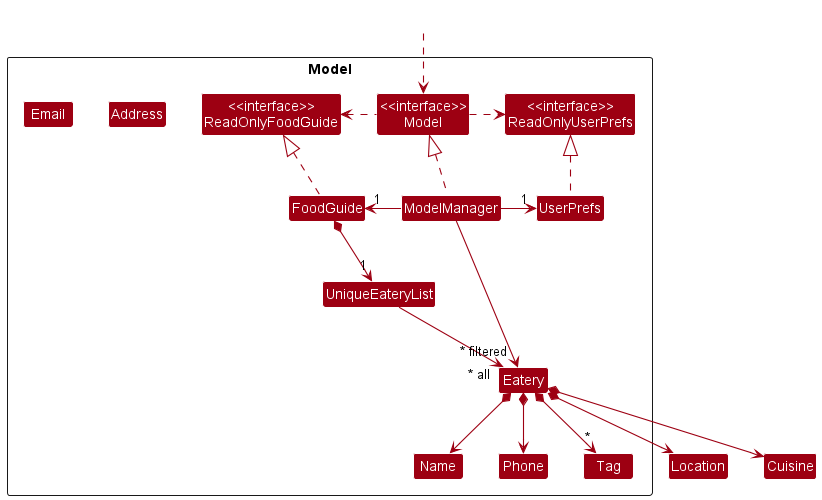
This is docs/images/ModelClassDiagram.png from nus-cs2103-AY2223S1/tp, a PlantUML export, as it was before one commit.
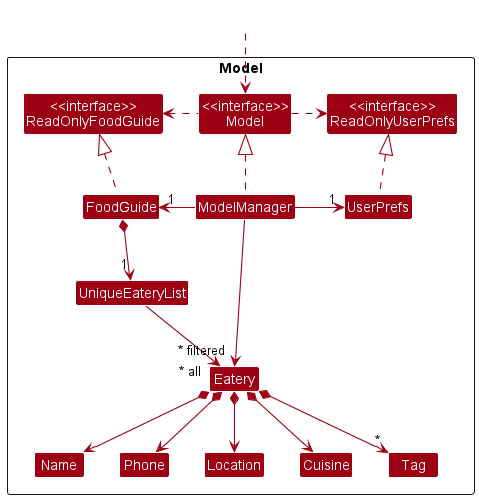
Above is the later version.

Commit message:
Update starting image, make minor improvements to UG, standardize all find command messages to that in the UG, correct ModelClassDiagram

Diff of the diagram source:
```diff
@@ -14,8 +14,8 @@
 
 Class UniqueEateryList
 Class Eatery
-Class Address
-Class Email
+Class Location
+Class Cuisine
 Class Name
 Class Phone
 Class Tag
```
